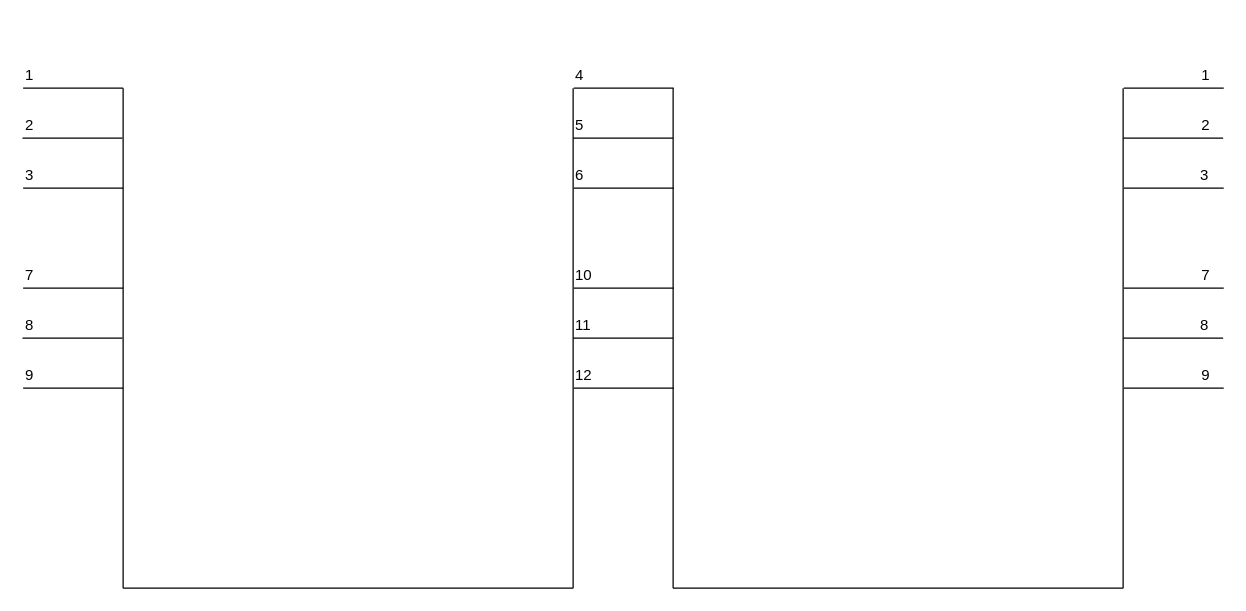
The draw.io diagram comparing.drawio in nayutalienx/digital_circuits, before the edit. Source tidied: cells renumbered, new cells numbered last; positions are measured from the earlier drawing's top-left corner, leaving out a move shared by most shapes. Both pictures are drawn from the tidied source at 125%, with x=0, y=0 at pixel (22, 62).
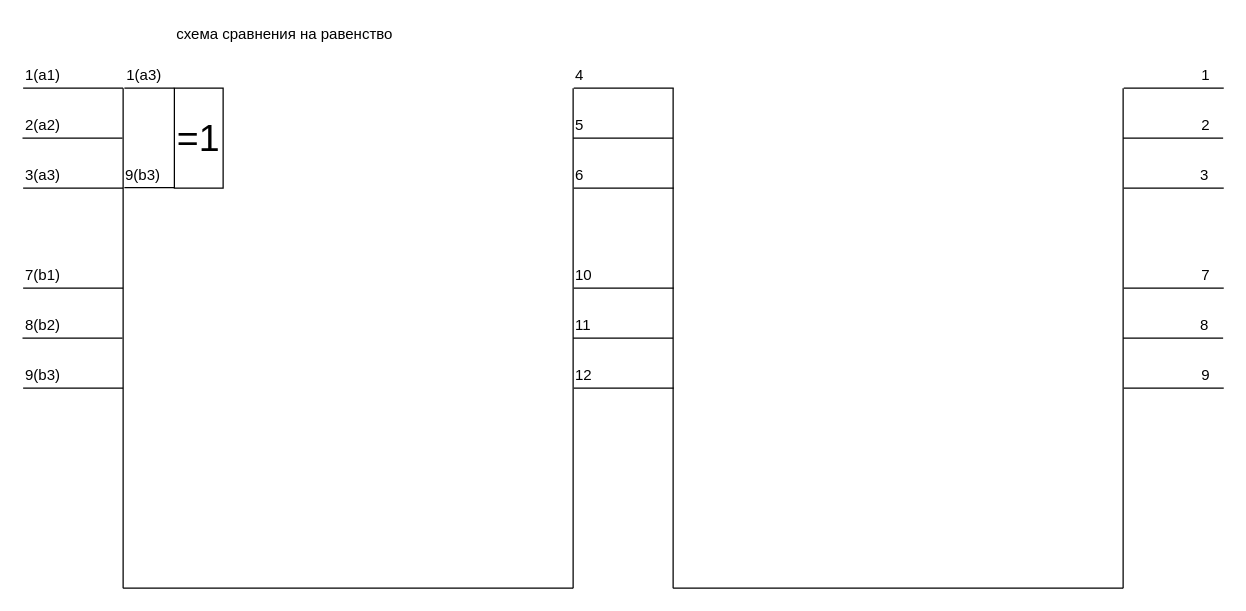
The same diagram, later.

Diff of the diagram source:
```diff
@@
-    <mxCell id="26" value="1" style="text;html=1;align=left;verticalAlign=top;spacingTop=-4;" parent="1" vertex="1">
-      <mxGeometry width="20" height="20" as="geometry" />
+    <mxCell id="26" value="1(а1)" style="text;html=1;align=left;verticalAlign=top;spacingTop=-4;" parent="1" vertex="1">
+      <mxGeometry width="40" height="20" as="geometry" />
     </mxCell>
-    <mxCell id="27" value="2" style="text;html=1;align=left;verticalAlign=top;spacingTop=-4;" parent="1" vertex="1">
-      <mxGeometry y="40" width="20" height="20" as="geometry" />
+    <mxCell id="27" value="2(а2)" style="text;html=1;align=left;verticalAlign=top;spacingTop=-4;" parent="1" vertex="1">
+      <mxGeometry y="40" width="40" height="20" as="geometry" />
     </mxCell>
-    <mxCell id="28" value="3" style="text;html=1;align=left;verticalAlign=top;spacingTop=-4;" parent="1" vertex="1">
-      <mxGeometry x="-0.5" y="80" width="20" height="20" as="geometry" />
+    <mxCell id="28" value="3(а3)" style="text;html=1;align=left;verticalAlign=top;spacingTop=-4;" parent="1" vertex="1">
+      <mxGeometry x="-0.5" y="80" width="40" height="20" as="geometry" />
     </mxCell>
@@
-    <mxCell id="35" value="7" style="text;html=1;align=left;verticalAlign=top;spacingTop=-4;" parent="1" vertex="1">
-      <mxGeometry y="160" width="20" height="20" as="geometry" />
+    <mxCell id="35" value="7(b1)" style="text;html=1;align=left;verticalAlign=top;spacingTop=-4;" parent="1" vertex="1">
+      <mxGeometry y="160" width="40" height="20" as="geometry" />
     </mxCell>
-    <mxCell id="36" value="8" style="text;html=1;align=left;verticalAlign=top;spacingTop=-4;" parent="1" vertex="1">
-      <mxGeometry x="-0.5" y="200" width="20" height="20" as="geometry" />
+    <mxCell id="36" value="8(b2)" style="text;html=1;align=left;verticalAlign=top;spacingTop=-4;" parent="1" vertex="1">
+      <mxGeometry x="-0.5" y="200" width="40" height="20" as="geometry" />
     </mxCell>
-    <mxCell id="37" value="9" style="text;html=1;align=left;verticalAlign=top;spacingTop=-4;" parent="1" vertex="1">
-      <mxGeometry y="240" width="20" height="20" as="geometry" />
+    <mxCell id="37" value="9(b3)" style="text;html=1;align=left;verticalAlign=top;spacingTop=-4;" parent="1" vertex="1">
+      <mxGeometry y="240" width="40" height="20" as="geometry" />
     </mxCell>
@@
+    <mxCell id="44" value="схема сравнения на равенство&lt;br&gt;" style="text;html=1;align=left;verticalAlign=top;spacingTop=-4;" parent="1" vertex="1">
+      <mxGeometry x="121" y="-33" width="190" height="20" as="geometry" />
+    </mxCell>
+    <mxCell id="45" value="&lt;font style=&quot;font-size: 30px&quot;&gt;=1&lt;/font&gt;" style="rounded=0;whiteSpace=wrap;html=1;" parent="1" vertex="1">
+      <mxGeometry x="121" y="20" width="39" height="80" as="geometry" />
+    </mxCell>
+    <mxCell id="46" style="endArrow=none;html=1;" parent="1" edge="1">
+      <mxGeometry relative="1" as="geometry">
+        <mxPoint x="81" y="20" as="sourcePoint" />
+        <mxPoint x="121" y="20" as="targetPoint" />
+      </mxGeometry>
+    </mxCell>
+    <mxCell id="47" style="endArrow=none;html=1;" parent="1" edge="1">
+      <mxGeometry relative="1" as="geometry">
+        <mxPoint x="81" y="99.5" as="sourcePoint" />
+        <mxPoint x="121" y="99.5" as="targetPoint" />
+      </mxGeometry>
+    </mxCell>
+    <mxCell id="48" value="1(a3)" style="text;html=1;align=left;verticalAlign=top;spacingTop=-4;" parent="1" vertex="1">
+      <mxGeometry x="81" width="40" height="20" as="geometry" />
+    </mxCell>
+    <mxCell id="49" value="9(b3)" style="text;html=1;align=left;verticalAlign=top;spacingTop=-4;" parent="1" vertex="1">
+      <mxGeometry x="80" y="80" width="40" height="20" as="geometry" />
+    </mxCell>
```
